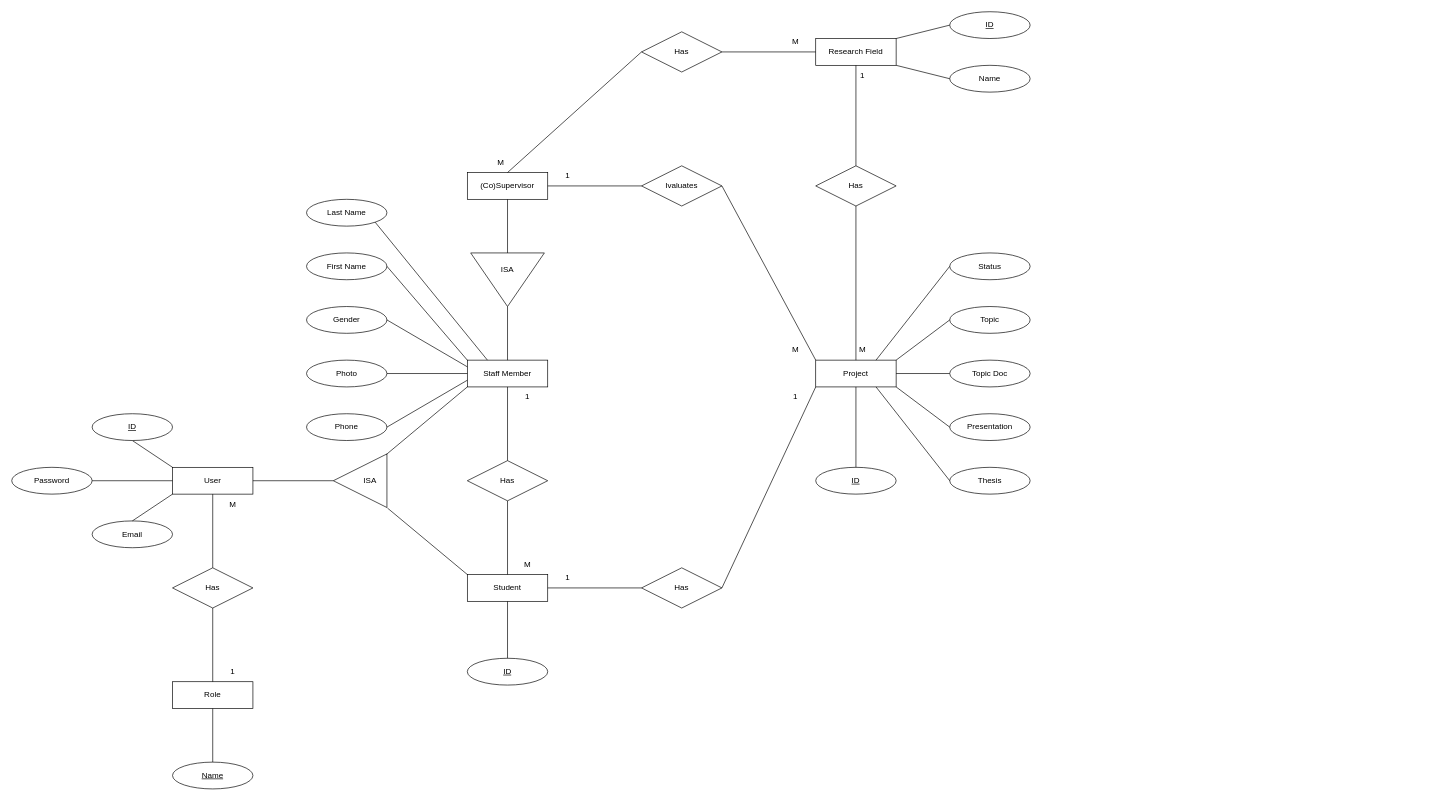
Above: docs/ER.drawio in LassazVegaz/RPMT (draw.io), before the change. Source tidied: cells renumbered, new cells numbered last; positions are measured from the earlier drawing's top-left corner, leaving out a move shared by most shapes. Both pictures are drawn from the tidied source at 67%, with x=0, y=0 at pixel (11, 11).
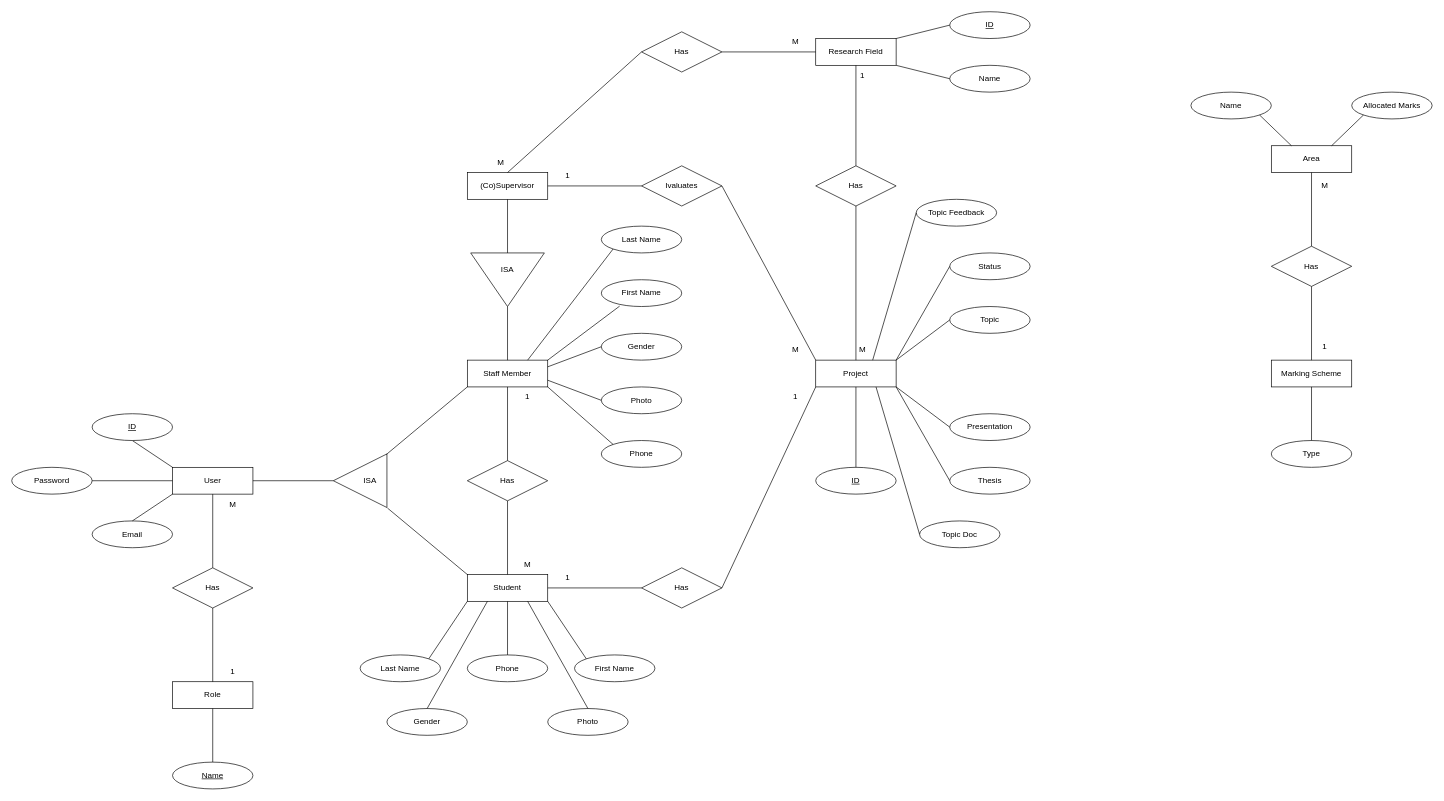
Above is the later version.

Commit message:
er update: marking schemas

The change refers to these unchanged cells:
```xml
<mxCell id="17" value="Staff Member" style="whiteSpace=wrap;html=1;align=center;" parent="1" vertex="1">
  <mxGeometry x="680" y="520" width="120" height="40" as="geometry" />
</mxCell>
<mxCell id="19" value="Student" style="whiteSpace=wrap;html=1;align=center;" parent="1" vertex="1">
  <mxGeometry x="680" y="840" width="120" height="40" as="geometry" />
</mxCell>
<mxCell id="31" value="1" style="text;html=1;strokeColor=none;fillColor=none;align=center;verticalAlign=middle;whiteSpace=wrap;rounded=0;" parent="1" vertex="1">
  <mxGeometry x="740" y="560" width="60" height="30" as="geometry" />
</mxCell>
<mxCell id="32" value="Project" style="whiteSpace=wrap;html=1;align=center;" parent="1" vertex="1">
  <mxGeometry x="1200" y="520" width="120" height="40" as="geometry" />
</mxCell>
<mxCell id="46" value="Status" style="ellipse;whiteSpace=wrap;html=1;align=center;" parent="1" vertex="1">
  <mxGeometry x="1400" y="360" width="120" height="40" as="geometry" />
</mxCell>
<mxCell id="47" value="Thesis" style="ellipse;whiteSpace=wrap;html=1;align=center;" parent="1" vertex="1">
  <mxGeometry x="1400" y="680" width="120" height="40" as="geometry" />
</mxCell>
<mxCell id="57" value="M" style="text;html=1;strokeColor=none;fillColor=none;align=center;verticalAlign=middle;whiteSpace=wrap;rounded=0;" parent="1" vertex="1">
  <mxGeometry x="1240" y="490" width="60" height="30" as="geometry" />
</mxCell>
```

Diff of the diagram source:
```diff
@@
     <mxCell id="44" value="Topic Doc" style="ellipse;whiteSpace=wrap;html=1;align=center;" parent="1" vertex="1">
-      <mxGeometry x="1400" y="520" width="120" height="40" as="geometry" />
+      <mxGeometry x="1355" y="760" width="120" height="40" as="geometry" />
     </mxCell>
@@
-    <mxCell id="48" style="endArrow=none;html=1;rounded=0;exitX=0.75;exitY=0;exitDx=0;exitDy=0;entryX=0;entryY=0.5;entryDx=0;entryDy=0;" parent="1" edge="1" source="32" target="46">
+    <mxCell id="48" style="endArrow=none;html=1;rounded=0;exitX=1;exitY=0;exitDx=0;exitDy=0;entryX=0;entryY=0.5;entryDx=0;entryDy=0;" parent="1" edge="1" source="32" target="46">
       <mxGeometry relative="1" as="geometry" />
     </mxCell>
@@
-    <mxCell id="50" style="endArrow=none;html=1;rounded=0;exitX=1;exitY=0.5;exitDx=0;exitDy=0;entryX=0;entryY=0.5;entryDx=0;entryDy=0;" parent="1" edge="1" source="32" target="44">
+    <mxCell id="50" style="endArrow=none;html=1;rounded=0;exitX=0.75;exitY=1;exitDx=0;exitDy=0;entryX=0;entryY=0.5;entryDx=0;entryDy=0;" parent="1" edge="1" source="32" target="44">
       <mxGeometry relative="1" as="geometry" />
     </mxCell>
@@
-    <mxCell id="52" style="endArrow=none;html=1;rounded=0;exitX=0.75;exitY=1;exitDx=0;exitDy=0;entryX=0;entryY=0.5;entryDx=0;entryDy=0;" parent="1" edge="1" source="32" target="47">
+    <mxCell id="52" style="endArrow=none;html=1;rounded=0;exitX=1;exitY=1;exitDx=0;exitDy=0;entryX=0;entryY=0.5;entryDx=0;entryDy=0;" parent="1" edge="1" source="32" target="47">
       <mxGeometry relative="1" as="geometry" />
     </mxCell>
@@
     <mxCell id="64" value="First Name" style="ellipse;whiteSpace=wrap;html=1;align=center;" parent="1" vertex="1">
-      <mxGeometry x="440" y="360" width="120" height="40" as="geometry" />
+      <mxGeometry x="880" y="400" width="120" height="40" as="geometry" />
     </mxCell>
     <mxCell id="65" value="Last Name" style="ellipse;whiteSpace=wrap;html=1;align=center;" parent="1" vertex="1">
-      <mxGeometry x="440" y="280" width="120" height="40" as="geometry" />
+      <mxGeometry x="880" y="320" width="120" height="40" as="geometry" />
     </mxCell>
     <mxCell id="66" value="Gender" style="ellipse;whiteSpace=wrap;html=1;align=center;" parent="1" vertex="1">
-      <mxGeometry x="440" y="440" width="120" height="40" as="geometry" />
+      <mxGeometry x="880" y="480" width="120" height="40" as="geometry" />
     </mxCell>
-    <mxCell id="67" style="endArrow=none;html=1;rounded=0;entryX=0;entryY=0.25;entryDx=0;entryDy=0;exitX=1;exitY=0.5;exitDx=0;exitDy=0;" parent="1" edge="1" source="66" target="17">
+    <mxCell id="67" style="endArrow=none;html=1;rounded=0;entryX=1;entryY=0.25;entryDx=0;entryDy=0;exitX=0;exitY=0.5;exitDx=0;exitDy=0;" parent="1" edge="1" source="66" target="17">
       <mxGeometry relative="1" as="geometry" />
     </mxCell>
-    <mxCell id="68" style="endArrow=none;html=1;rounded=0;entryX=0;entryY=0;entryDx=0;entryDy=0;exitX=1;exitY=0.5;exitDx=0;exitDy=0;" parent="1" edge="1" source="64" target="17">
+    <mxCell id="68" style="endArrow=none;html=1;rounded=0;entryX=1;entryY=0;entryDx=0;entryDy=0;exitX=0.228;exitY=0.985;exitDx=0;exitDy=0;exitPerimeter=0;" parent="1" edge="1" source="64" target="17">
       <mxGeometry relative="1" as="geometry" />
     </mxCell>
-    <mxCell id="69" style="endArrow=none;html=1;rounded=0;entryX=0.25;entryY=0;entryDx=0;entryDy=0;exitX=1;exitY=1;exitDx=0;exitDy=0;" parent="1" edge="1" source="65" target="17">
+    <mxCell id="69" style="endArrow=none;html=1;rounded=0;entryX=0.75;entryY=0;entryDx=0;entryDy=0;exitX=0;exitY=1;exitDx=0;exitDy=0;" parent="1" edge="1" source="65" target="17">
       <mxGeometry relative="1" as="geometry" />
     </mxCell>
-    <mxCell id="70" value="ID" style="ellipse;whiteSpace=wrap;html=1;align=center;fontStyle=4;" parent="1" vertex="1">
-      <mxGeometry x="680" y="965" width="120" height="40" as="geometry" />
-    </mxCell>
-    <mxCell id="71" style="endArrow=none;html=1;rounded=0;entryX=0.5;entryY=1;entryDx=0;entryDy=0;exitX=0.5;exitY=0;exitDx=0;exitDy=0;" parent="1" edge="1" source="70" target="19">
-      <mxGeometry relative="1" as="geometry" />
-    </mxCell>
@@
     <mxCell id="80" value="Phone" style="ellipse;whiteSpace=wrap;html=1;align=center;" parent="1" vertex="1">
-      <mxGeometry x="440" y="600" width="120" height="40" as="geometry" />
+      <mxGeometry x="880" y="640" width="120" height="40" as="geometry" />
     </mxCell>
-    <mxCell id="81" style="endArrow=none;html=1;rounded=0;exitX=1;exitY=0.5;exitDx=0;exitDy=0;entryX=0;entryY=0.75;entryDx=0;entryDy=0;" parent="1" edge="1" source="80" target="17">
+    <mxCell id="81" style="endArrow=none;html=1;rounded=0;exitX=0;exitY=0;exitDx=0;exitDy=0;entryX=1;entryY=0;entryDx=0;entryDy=0;" parent="1" edge="1" source="80" target="31">
       <mxGeometry relative="1" as="geometry" />
     </mxCell>
     <mxCell id="82" value="Photo" style="ellipse;whiteSpace=wrap;html=1;align=center;" parent="1" vertex="1">
-      <mxGeometry x="440" y="520" width="120" height="40" as="geometry" />
+      <mxGeometry x="880" y="560" width="120" height="40" as="geometry" />
     </mxCell>
-    <mxCell id="83" style="endArrow=none;html=1;rounded=0;entryX=0;entryY=0.5;entryDx=0;entryDy=0;exitX=1;exitY=0.5;exitDx=0;exitDy=0;" parent="1" edge="1" source="82" target="17">
+    <mxCell id="83" style="endArrow=none;html=1;rounded=0;entryX=1;entryY=0.75;entryDx=0;entryDy=0;exitX=0;exitY=0.5;exitDx=0;exitDy=0;" parent="1" edge="1" source="82" target="17">
       <mxGeometry relative="1" as="geometry" />
     </mxCell>
+    <mxCell id="84" value="First Name" style="ellipse;whiteSpace=wrap;html=1;align=center;" parent="1" vertex="1">
+      <mxGeometry x="840" y="960" width="120" height="40" as="geometry" />
+    </mxCell>
+    <mxCell id="85" value="Last Name" style="ellipse;whiteSpace=wrap;html=1;align=center;" parent="1" vertex="1">
+      <mxGeometry x="520" y="960" width="120" height="40" as="geometry" />
+    </mxCell>
+    <mxCell id="86" value="Gender" style="ellipse;whiteSpace=wrap;html=1;align=center;" parent="1" vertex="1">
+      <mxGeometry x="560" y="1040" width="120" height="40" as="geometry" />
+    </mxCell>
+    <mxCell id="87" value="Phone" style="ellipse;whiteSpace=wrap;html=1;align=center;" parent="1" vertex="1">
+      <mxGeometry x="680" y="960" width="120" height="40" as="geometry" />
+    </mxCell>
+    <mxCell id="88" value="Photo" style="ellipse;whiteSpace=wrap;html=1;align=center;" parent="1" vertex="1">
+      <mxGeometry x="800" y="1040" width="120" height="40" as="geometry" />
+    </mxCell>
+    <mxCell id="89" style="endArrow=none;html=1;rounded=0;entryX=1;entryY=0;entryDx=0;entryDy=0;exitX=0;exitY=1;exitDx=0;exitDy=0;" parent="1" edge="1" source="19" target="85">
+      <mxGeometry relative="1" as="geometry" />
+    </mxCell>
+    <mxCell id="90" style="endArrow=none;html=1;rounded=0;entryX=0.5;entryY=0;entryDx=0;entryDy=0;exitX=0.25;exitY=1;exitDx=0;exitDy=0;" parent="1" edge="1" source="19" target="86">
+      <mxGeometry relative="1" as="geometry" />
+    </mxCell>
+    <mxCell id="91" style="endArrow=none;html=1;rounded=0;entryX=0.5;entryY=0;entryDx=0;entryDy=0;exitX=0.5;exitY=1;exitDx=0;exitDy=0;" parent="1" edge="1" source="19" target="87">
+      <mxGeometry relative="1" as="geometry" />
+    </mxCell>
+    <mxCell id="92" style="endArrow=none;html=1;rounded=0;entryX=0.5;entryY=0;entryDx=0;entryDy=0;exitX=0.75;exitY=1;exitDx=0;exitDy=0;" parent="1" edge="1" source="19" target="88">
+      <mxGeometry relative="1" as="geometry" />
+    </mxCell>
+    <mxCell id="93" style="endArrow=none;html=1;rounded=0;entryX=0;entryY=0;entryDx=0;entryDy=0;exitX=1;exitY=1;exitDx=0;exitDy=0;" parent="1" edge="1" source="19" target="84">
+      <mxGeometry relative="1" as="geometry" />
+    </mxCell>
+    <mxCell id="94" value="Topic Feedback" style="ellipse;whiteSpace=wrap;html=1;align=center;" parent="1" vertex="1">
+      <mxGeometry x="1350" y="280" width="120" height="40" as="geometry" />
+    </mxCell>
+    <mxCell id="95" style="endArrow=none;html=1;rounded=0;entryX=0;entryY=0.5;entryDx=0;entryDy=0;exitX=0.75;exitY=1;exitDx=0;exitDy=0;" parent="1" edge="1" source="57" target="94">
+      <mxGeometry relative="1" as="geometry" />
+    </mxCell>
+    <mxCell id="96" value="Marking Scheme" style="whiteSpace=wrap;html=1;align=center;" parent="1" vertex="1">
+      <mxGeometry x="1880" y="520" width="120" height="40" as="geometry" />
+    </mxCell>
+    <mxCell id="97" value="Type" style="ellipse;whiteSpace=wrap;html=1;align=center;" parent="1" vertex="1">
+      <mxGeometry x="1880" y="640" width="120" height="40" as="geometry" />
+    </mxCell>
+    <mxCell id="98" value="Name" style="ellipse;whiteSpace=wrap;html=1;align=center;" parent="1" vertex="1">
+      <mxGeometry x="1760" y="120" width="120" height="40" as="geometry" />
+    </mxCell>
+    <mxCell id="99" value="Has" style="shape=rhombus;perimeter=rhombusPerimeter;whiteSpace=wrap;html=1;align=center;" parent="1" vertex="1">
+      <mxGeometry x="1880" y="350" width="120" height="60" as="geometry" />
+    </mxCell>
+    <mxCell id="100" value="Area" style="whiteSpace=wrap;html=1;align=center;" parent="1" vertex="1">
+      <mxGeometry x="1880" y="200" width="120" height="40" as="geometry" />
+    </mxCell>
+    <mxCell id="101" value="Allocated Marks" style="ellipse;whiteSpace=wrap;html=1;align=center;" parent="1" vertex="1">
+      <mxGeometry x="2000" y="120" width="120" height="40" as="geometry" />
+    </mxCell>
+    <mxCell id="102" style="endArrow=none;html=1;rounded=0;entryX=0.5;entryY=1;entryDx=0;entryDy=0;exitX=0.5;exitY=0;exitDx=0;exitDy=0;" parent="1" edge="1" source="96" target="99">
+      <mxGeometry relative="1" as="geometry" />
+    </mxCell>
+    <mxCell id="103" style="endArrow=none;html=1;rounded=0;entryX=0.5;entryY=1;entryDx=0;entryDy=0;exitX=0.5;exitY=0;exitDx=0;exitDy=0;" parent="1" edge="1" source="99" target="100">
+      <mxGeometry relative="1" as="geometry" />
+    </mxCell>
+    <mxCell id="104" style="endArrow=none;html=1;rounded=0;entryX=0;entryY=1;entryDx=0;entryDy=0;exitX=0.75;exitY=0;exitDx=0;exitDy=0;" parent="1" edge="1" source="100" target="101">
+      <mxGeometry relative="1" as="geometry" />
+    </mxCell>
+    <mxCell id="105" style="endArrow=none;html=1;rounded=0;entryX=1;entryY=1;entryDx=0;entryDy=0;exitX=0.25;exitY=0;exitDx=0;exitDy=0;" parent="1" edge="1" source="100" target="98">
+      <mxGeometry relative="1" as="geometry" />
+    </mxCell>
+    <mxCell id="106" style="endArrow=none;html=1;rounded=0;entryX=0.5;entryY=1;entryDx=0;entryDy=0;exitX=0.5;exitY=0;exitDx=0;exitDy=0;" parent="1" edge="1" source="97" target="96">
+      <mxGeometry relative="1" as="geometry" />
+    </mxCell>
+    <mxCell id="107" value="M" style="text;html=1;strokeColor=none;fillColor=none;align=center;verticalAlign=middle;whiteSpace=wrap;rounded=0;" parent="1" vertex="1">
+      <mxGeometry x="1930" y="245" width="60" height="30" as="geometry" />
+    </mxCell>
+    <mxCell id="108" value="1" style="text;html=1;strokeColor=none;fillColor=none;align=center;verticalAlign=middle;whiteSpace=wrap;rounded=0;" parent="1" vertex="1">
+      <mxGeometry x="1930" y="485" width="60" height="30" as="geometry" />
+    </mxCell>
```
